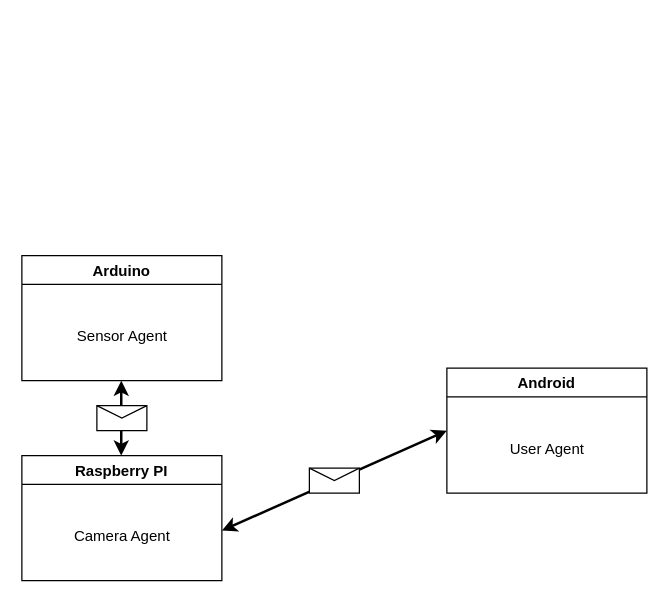
The draw.io diagram Diagrama_de_deployment.drawio in bmarrao/TPSE, before the edit. Source tidied: cells renumbered, new cells numbered last; positions are measured from the earlier drawing's top-left corner, leaving out a move shared by most shapes. Both pictures are drawn from the tidied source at 125%, with x=0, y=0 at pixel (21, 30).
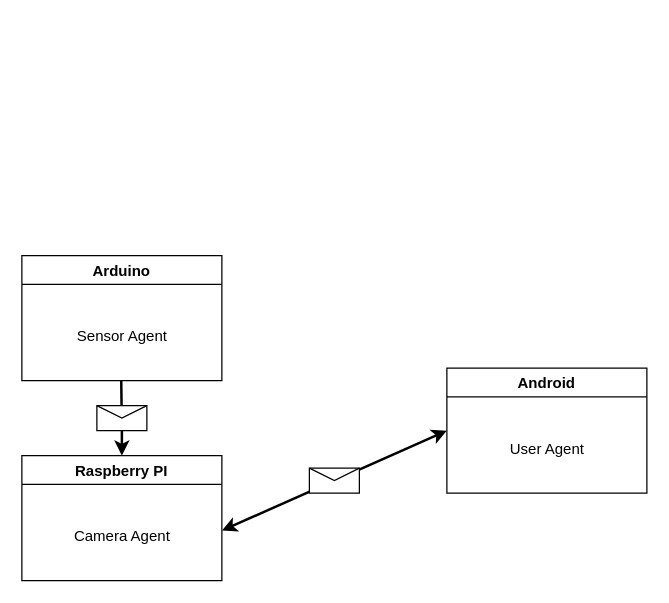
The same page after the edit.

Commit message:
Diagrama de Deployment / Modelo de Atores

Diff of the diagram source:
```diff
@@
 <mxGraphModel>
   <root>
     <mxCell id="0" />
     <mxCell id="1" parent="0" />
     <mxCell id="2" value="Arduino" style="swimlane;" parent="1" vertex="1">
       <mxGeometry y="180" width="160" height="100" as="geometry" />
     </mxCell>
     <mxCell id="3" value="Sensor Agent" style="text;html=1;align=center;verticalAlign=middle;strokeColor=none;fillColor=none;" parent="2" vertex="1">
       <mxGeometry x="30" y="50" width="100" height="30" as="geometry" />
     </mxCell>
     <mxCell id="4" value="Raspberry PI" style="swimlane;" parent="1" vertex="1">
       <mxGeometry y="340" width="160" height="100" as="geometry" />
     </mxCell>
     <mxCell id="5" value="Camera Agent" style="text;html=1;align=center;verticalAlign=middle;strokeColor=none;fillColor=none;" parent="4" vertex="1">
       <mxGeometry x="30" y="50" width="100" height="30" as="geometry" />
     </mxCell>
     <mxCell id="6" value="Android" style="swimlane;" parent="1" vertex="1">
       <mxGeometry x="340" y="270" width="160" height="100" as="geometry" />
     </mxCell>
     <mxCell id="7" value="User Agent" style="text;html=1;align=center;verticalAlign=middle;strokeColor=none;fillColor=none;" parent="6" vertex="1">
       <mxGeometry x="40" y="50" width="80" height="30" as="geometry" />
     </mxCell>
-    <mxCell id="8" style="endArrow=classic;startArrow=classic;html=1;rounded=0;strokeWidth=2;" parent="1" edge="1">
-      <mxGeometry relative="1" as="geometry">
-        <mxPoint x="79.5" y="340" as="sourcePoint" />
-        <mxPoint x="79.5" y="280" as="targetPoint" />
-      </mxGeometry>
-    </mxCell>
     <mxCell id="9" style="endArrow=classic;startArrow=classic;html=1;rounded=0;strokeWidth=2;" parent="1" edge="1">
       <mxGeometry relative="1" as="geometry">
         <mxPoint x="340" y="320" as="sourcePoint" />
         <mxPoint x="160" y="400" as="targetPoint" />
       </mxGeometry>
     </mxCell>
     <mxCell id="10" style="edgeStyle=orthogonalEdgeStyle;rounded=0;orthogonalLoop=1;jettySize=auto;html=1;exitX=0.5;exitY=0;exitDx=0;exitDy=0;entryX=0.5;entryY=0;entryDx=0;entryDy=0;" parent="1" edge="1">
       <mxGeometry relative="1" as="geometry">
         <mxPoint x="362" as="sourcePoint" />
         <mxPoint x="362" as="targetPoint" />
       </mxGeometry>
     </mxCell>
+    <mxCell id="12" style="shape=message;html=1;html=1;labelPosition=center;verticalLabelPosition=bottom;align=center;verticalAlign=top;" parent="1" vertex="1">
+      <mxGeometry x="230" y="350" width="40" height="20" as="geometry" />
+    </mxCell>
+    <mxCell id="13" style="endArrow=classic;html=1;rounded=0;strokeWidth=2;entryX=0.5;entryY=1;entryDx=0;entryDy=0;" parent="1" edge="1" source="11">
+      <mxGeometry relative="1" as="geometry">
+        <mxPoint x="80" y="340" as="targetPoint" />
+      </mxGeometry>
+    </mxCell>
+    <mxCell id="14" style="endArrow=classic;html=1;rounded=0;strokeWidth=2;entryX=0.5;entryY=1;entryDx=0;entryDy=0;" parent="1" edge="1" target="11">
+      <mxGeometry relative="1" as="geometry">
+        <mxPoint x="79.5" y="280" as="sourcePoint" />
+      </mxGeometry>
+    </mxCell>
     <mxCell id="11" style="shape=message;html=1;html=1;outlineConnect=0;labelPosition=center;verticalLabelPosition=bottom;align=center;verticalAlign=top;" parent="1" vertex="1">
       <mxGeometry x="60" y="300" width="40" height="20" as="geometry" />
     </mxCell>
-    <mxCell id="12" style="shape=message;html=1;html=1;labelPosition=center;verticalLabelPosition=bottom;align=center;verticalAlign=top;" parent="1" vertex="1">
-      <mxGeometry x="230" y="350" width="40" height="20" as="geometry" />
-    </mxCell>
   </root>
 </mxGraphModel>
```
